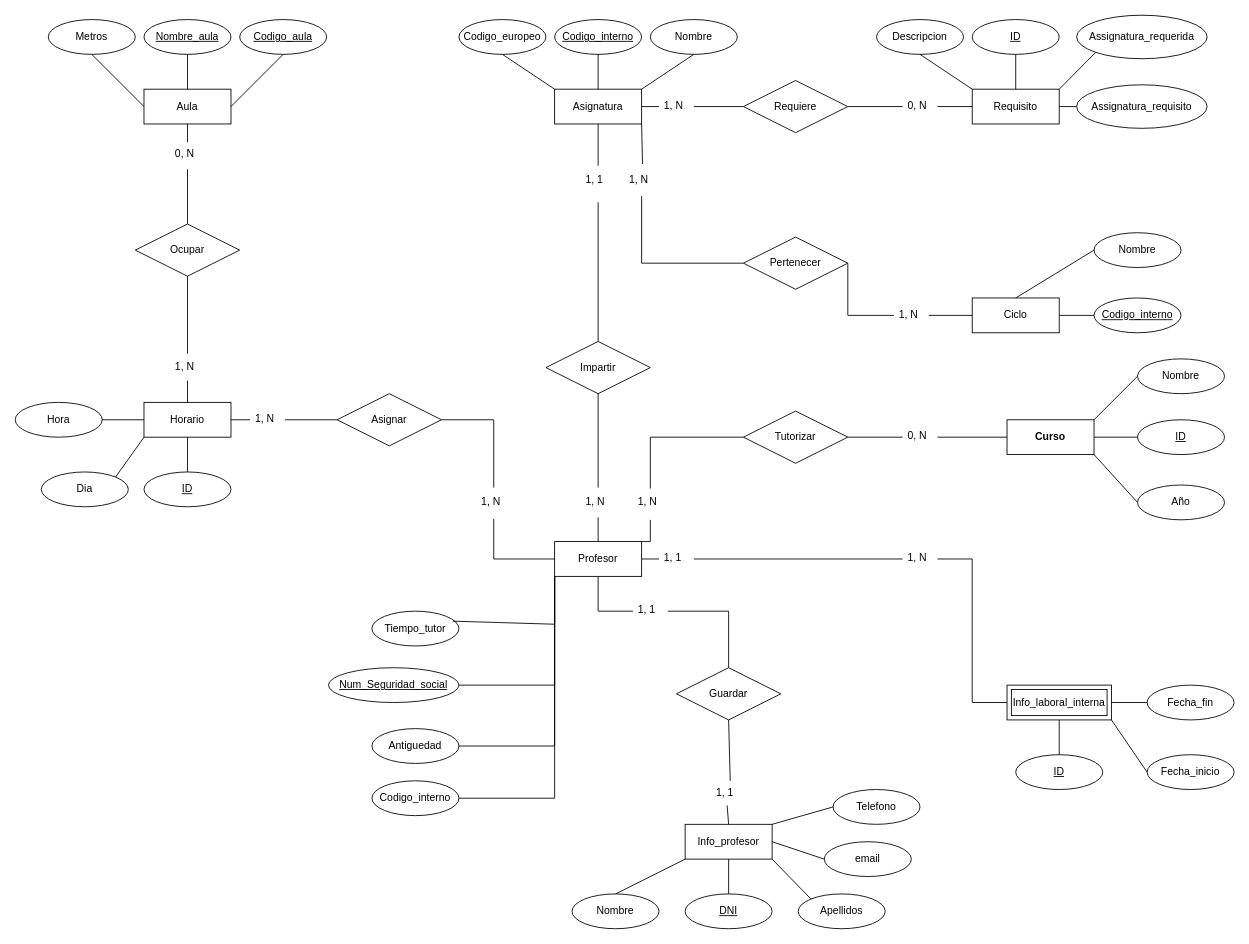
This is Actividad_17_C3_UD12.drawio from jordimall/jmg-tsys-ta12diagramasER-drawio-111023, a draw.io file, before an edit. Source tidied: cells renumbered, new cells numbered last; positions are measured from the earlier drawing's top-left corner, leaving out a move shared by most shapes. Both pictures are drawn from the tidied source at 87%, with x=0, y=0 at pixel (15, 15).
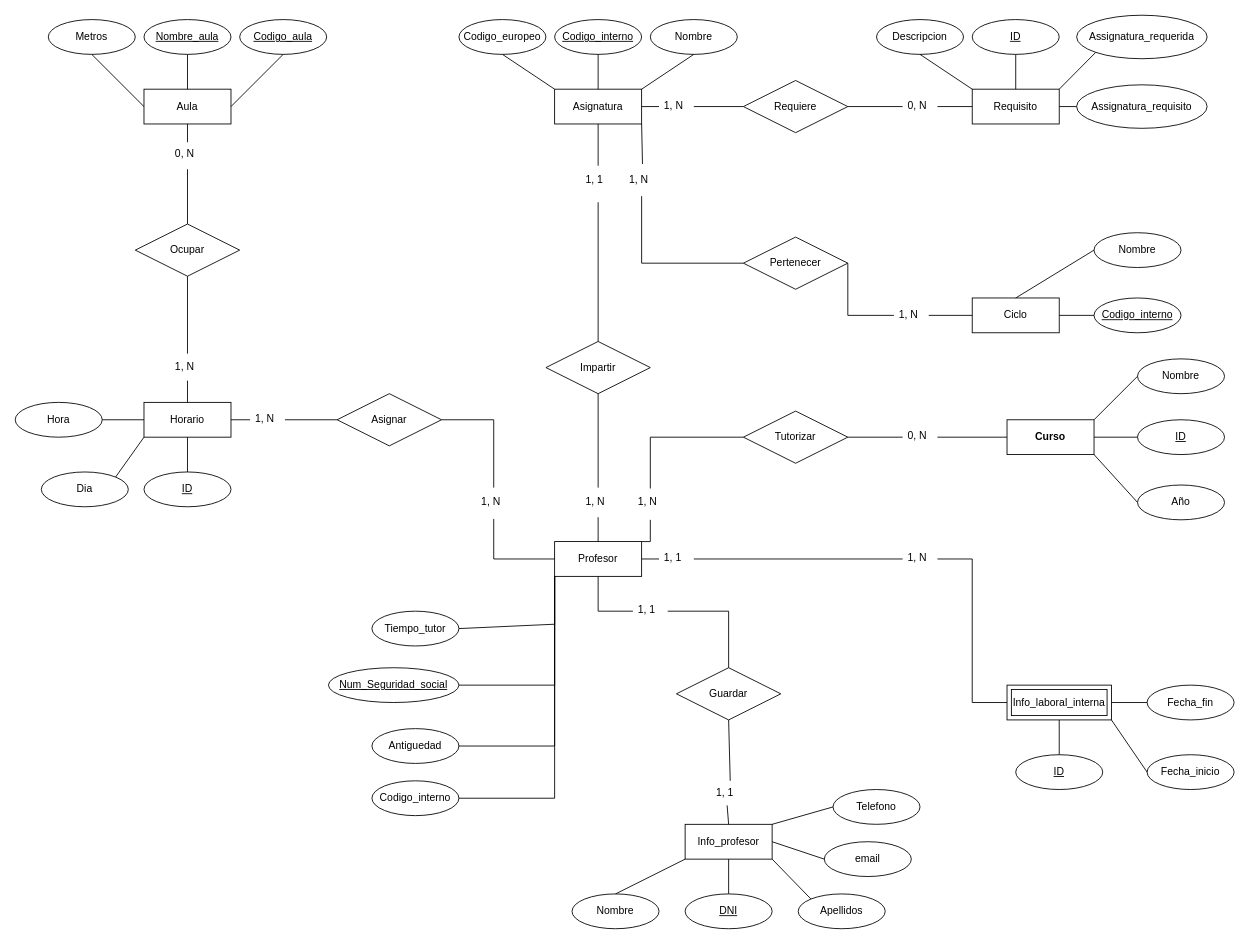
After the change.

Unchanged cells that the change refers to:
```xml
<mxCell id="18" value="Profesor" style="whiteSpace=wrap;html=1;align=center;" parent="1" vertex="1">
  <mxGeometry x="620" y="605" width="100" height="40" as="geometry" />
</mxCell>
<mxCell id="33" value="Tiempo_tutor" style="ellipse;whiteSpace=wrap;html=1;align=center;" parent="1" vertex="1">
  <mxGeometry x="410" y="685" width="100" height="40" as="geometry" />
</mxCell>
```

The edit, as a diff of the source:
```diff
@@
-    <mxCell id="101" style="endArrow=none;html=1;rounded=0;exitX=0.93;exitY=0.287;exitDx=0;exitDy=0;entryX=0;entryY=1;entryDx=0;entryDy=0;exitPerimeter=0;" parent="1" edge="1" source="33" target="18">
+    <mxCell id="101" style="endArrow=none;html=1;rounded=0;entryX=0;entryY=1;entryDx=0;entryDy=0;" parent="1" edge="1" target="18">
       <mxGeometry relative="1" as="geometry">
+        <mxPoint x="510" y="705" as="sourcePoint" />
         <Array as="points">
           <mxPoint x="620" y="700" />
         </Array>
       </mxGeometry>
     </mxCell>
```
